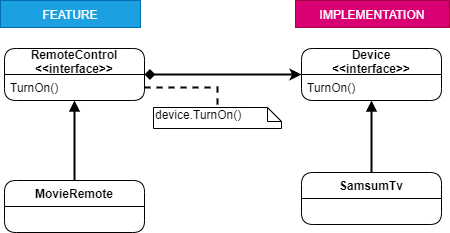
Before: BridgePattern/BridgePattern.png, a diagram exported from draw.io (mcilmi/Design-Patterns). Source tidied: cells renumbered, new cells last; positions are measured from the earlier drawing's top-left corner, leaving out a move shared by most shapes.
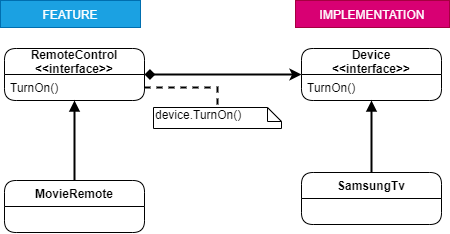
After the commit.

Change to the diagram source:
```diff
@@ -29,7 +29,7 @@
     <mxCell id="10" value="MovieRemote" style="swimlane;fontStyle=1;horizontal=1;startSize=26;fillColor=none;rounded=1;" parent="1" vertex="1">
       <mxGeometry x="4" y="180" width="140" height="52" as="geometry" />
     </mxCell>
-    <mxCell id="11" value="SamsumTv" style="swimlane;fontStyle=1;horizontal=1;startSize=26;fillColor=none;rounded=1;" parent="1" vertex="1">
+    <mxCell id="11" value="SamsungTv" style="swimlane;fontStyle=1;horizontal=1;startSize=26;fillColor=none;rounded=1;" parent="1" vertex="1">
       <mxGeometry x="301" y="172" width="140" height="52" as="geometry" />
     </mxCell>
     <mxCell id="12" style="edgeStyle=orthogonalEdgeStyle;rounded=0;jettySize=auto;html=1;startArrow=none;startFill=0;strokeWidth=2;dashed=1;endArrow=none;endFill=0;" parent="1" edge="1" source="8" target="4">
```
